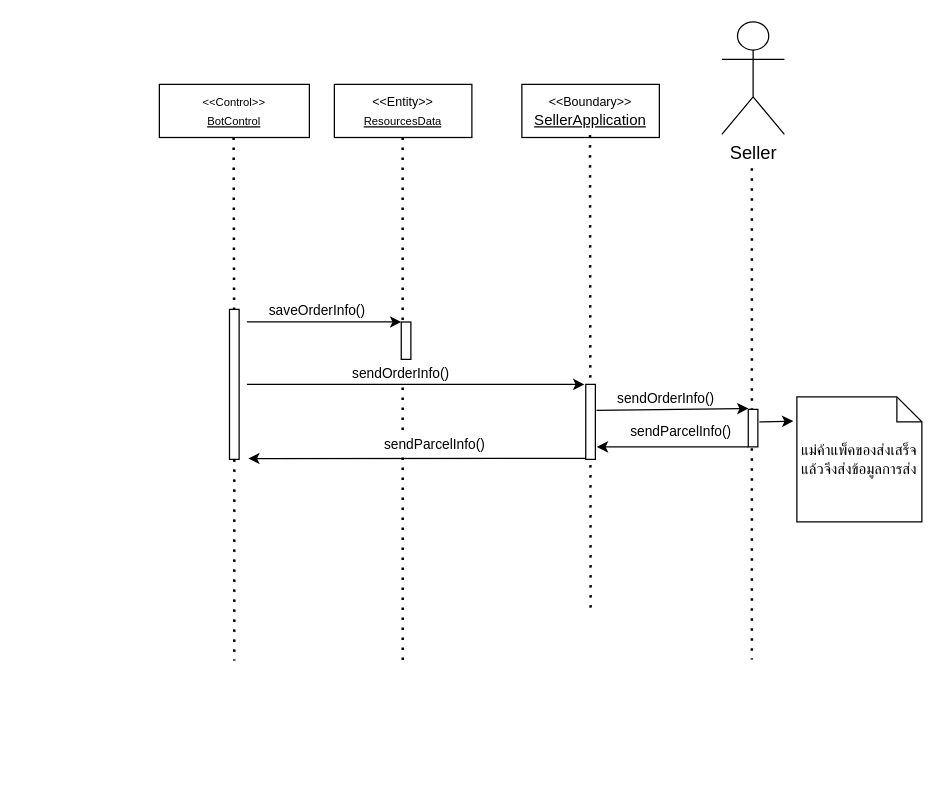
munkeawtoast/isad-diagrams keeps this draw.io diagram as page "Page-1" (1 of 2) of Record and Send Order Info.drawio. Above is the earlier version. Source tidied: cells renumbered, new cells numbered last; positions are measured from the earlier drawing's top-left corner, leaving out a move shared by most shapes. Both pictures are drawn from the tidied source at 125%, with x=0, y=0 at pixel (159, 21).
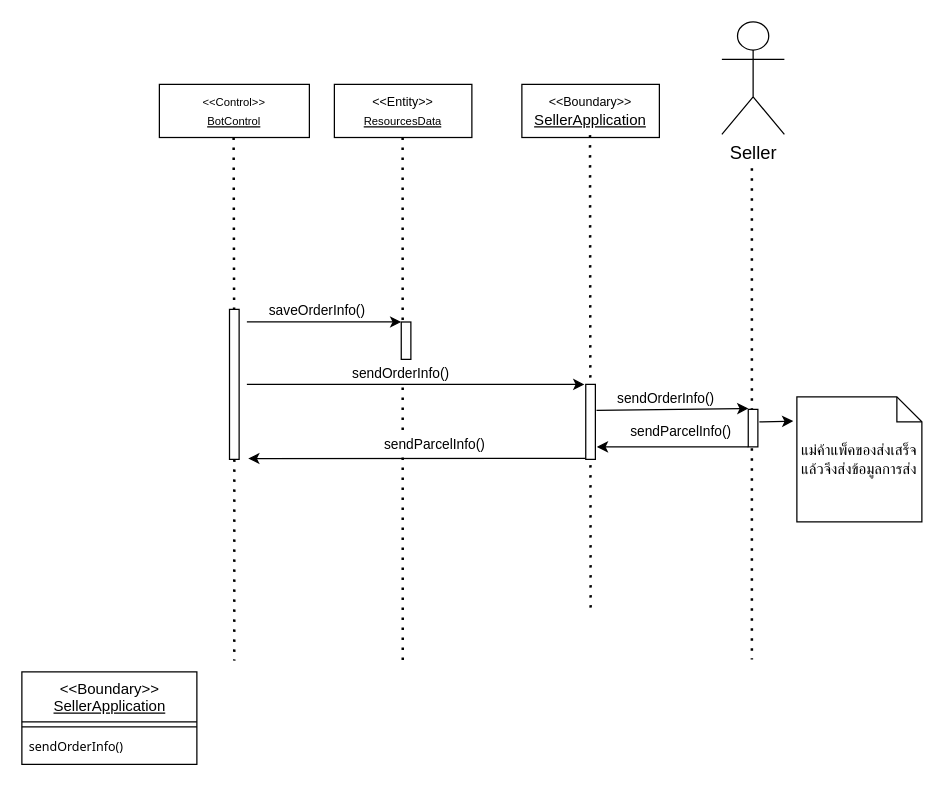
The same page after the edit.

Diff of the diagram source:
```diff
@@
+    <mxCell id="27" value="&lt;span style=&quot;font-family: Helvetica; font-size: 12px; font-style: normal; font-variant-ligatures: normal; font-variant-caps: normal; font-weight: 400; letter-spacing: normal; orphans: 2; text-align: center; text-indent: 0px; text-transform: none; widows: 2; word-spacing: 0px; -webkit-text-stroke-width: 0px; text-decoration-thickness: initial; text-decoration-style: initial; text-decoration-color: initial; float: none; display: inline !important;&quot;&gt;&amp;lt;&amp;lt;Boundary&amp;gt;&amp;gt;&lt;/span&gt;&lt;br style=&quot;border-color: rgb(0, 0, 0); font-family: Helvetica; font-size: 12px; font-style: normal; font-variant-ligatures: normal; font-variant-caps: normal; font-weight: 400; letter-spacing: normal; orphans: 2; text-align: center; text-indent: 0px; text-transform: none; widows: 2; word-spacing: 0px; -webkit-text-stroke-width: 0px; text-decoration-thickness: initial; text-decoration-style: initial; text-decoration-color: initial;&quot;&gt;&lt;u style=&quot;border-color: var(--border-color);&quot;&gt;SellerApplication&lt;/u&gt;" style="swimlane;fontStyle=0;align=center;verticalAlign=top;horizontal=1;startSize=40;html=1;" parent="1" vertex="1">
+      <mxGeometry x="-110" y="520" width="140" height="74" as="geometry" />
+    </mxCell>
+    <mxCell id="28" style="line;strokeWidth=1;fillColor=none;align=left;verticalAlign=middle;spacingTop=-1;spacingLeft=3;spacingRight=3;labelPosition=right;" parent="27" vertex="1">
+      <mxGeometry y="40" width="140" height="8" as="geometry" />
+    </mxCell>
+    <mxCell id="29" value="sendOrderInfo()" style="text;strokeColor=none;fillColor=none;align=left;verticalAlign=top;spacingLeft=4;spacingRight=4;overflow=hidden;strokeWidth=0;fontFamily=Tahoma;fontSize=10;" parent="27" vertex="1">
+      <mxGeometry y="48" width="140" height="26" as="geometry" />
+    </mxCell>
```
